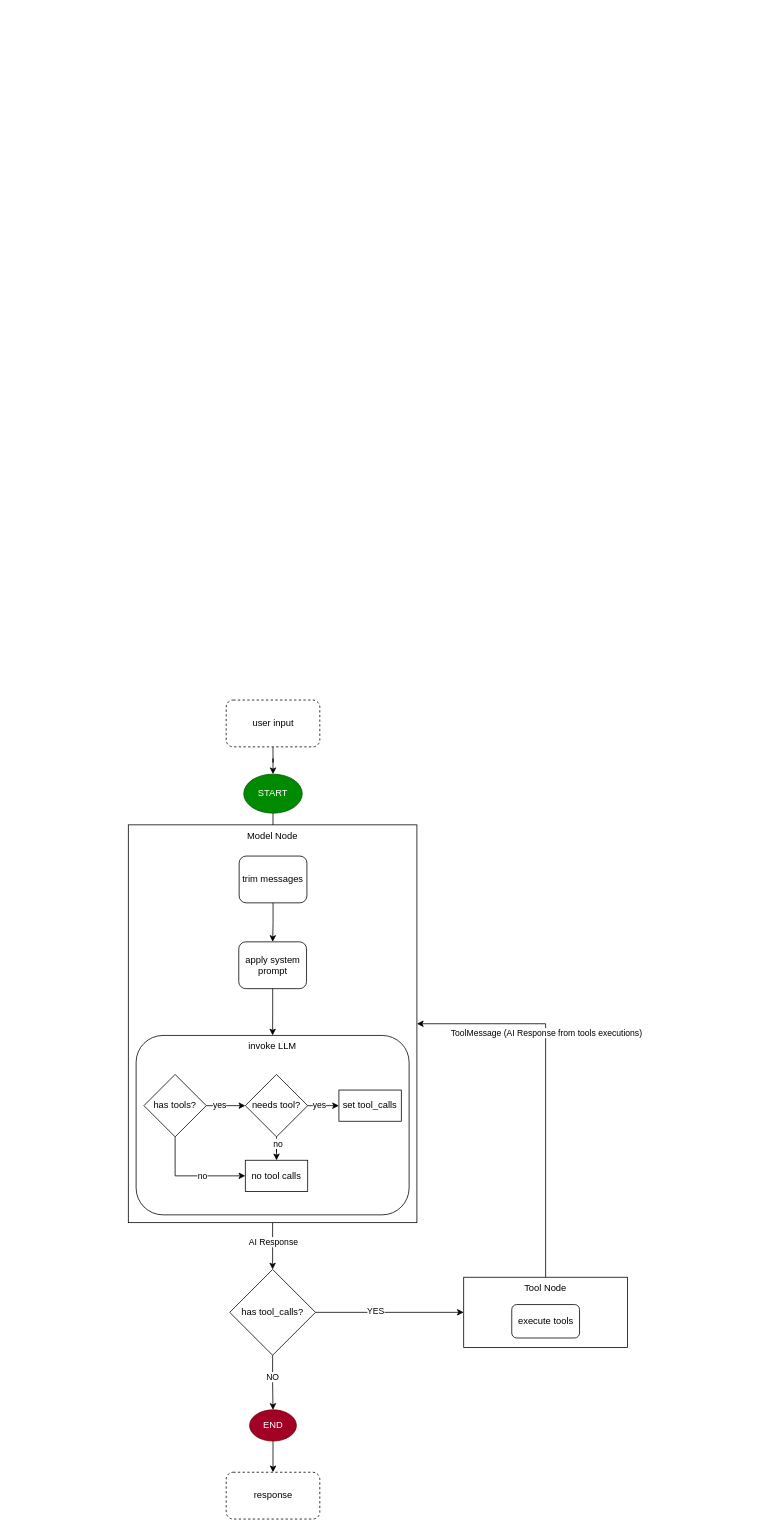
Above: agent_workflow_diagram.drawio in w4ffl35/agent_example (draw.io), before the change. Source tidied: cells renumbered, new cells numbered last; positions are measured from the earlier drawing's top-left corner, leaving out a move shared by most shapes. Both pictures are drawn from the tidied source at 78%, with x=0, y=0 at pixel (128, 700).
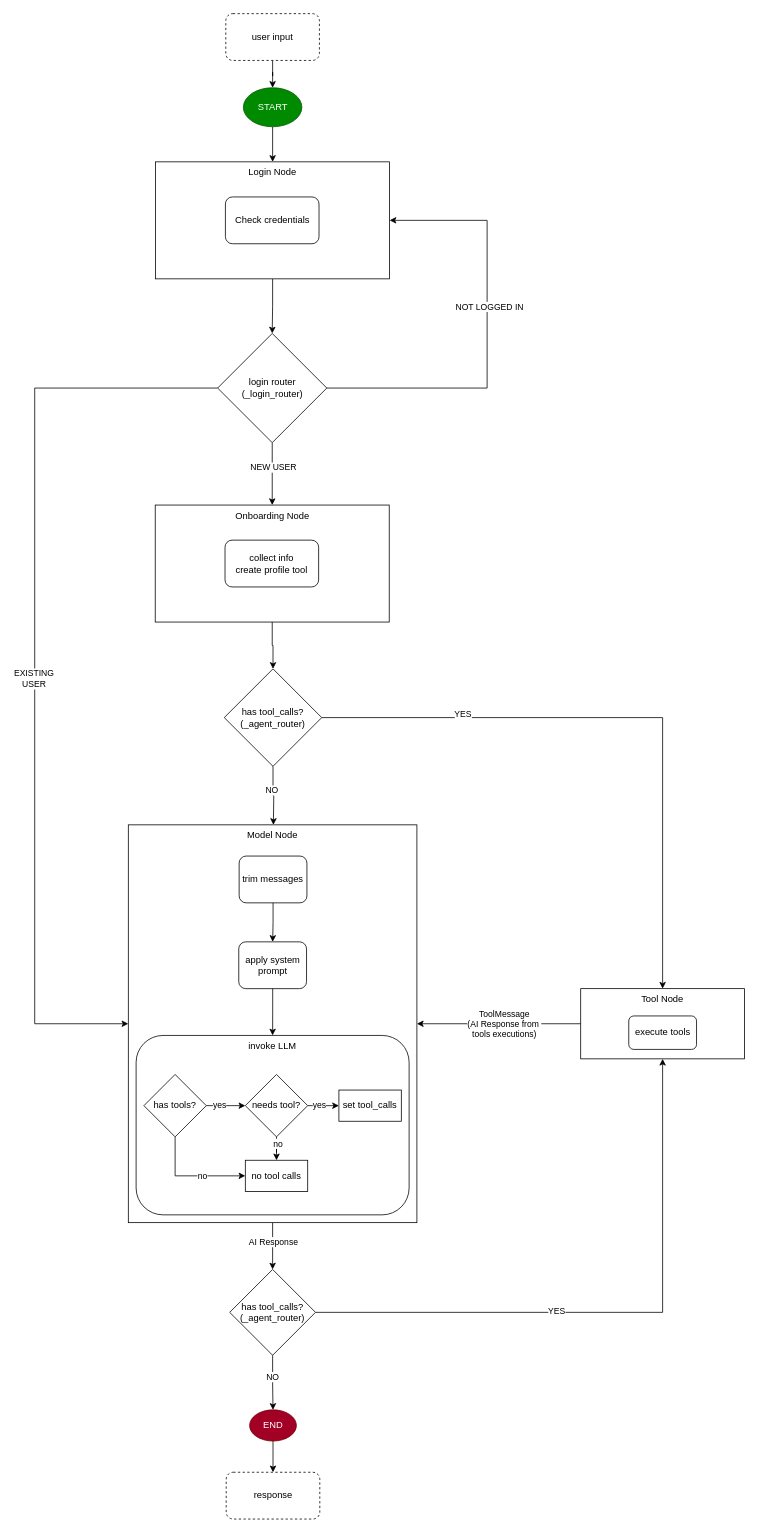
After the change.

Commit message (it also covers changes not shown here):
Updated agent workflow diagrams

Unchanged cells that the change refers to:
```xml
<mxCell id="11" value="Tool Node" style="rounded=0;whiteSpace=wrap;html=1;verticalAlign=top;" parent="10" vertex="1">
  <mxGeometry y="20" width="210" height="90" as="geometry" />
</mxCell>
<mxCell id="19" value="Model Node" style="rounded=0;whiteSpace=wrap;html=1;verticalAlign=top;" parent="1" vertex="1">
  <mxGeometry y="160" width="370" height="510" as="geometry" />
</mxCell>
```

Diff of the diagram source:
```diff
@@
-    <mxCell id="2" style="edgeStyle=orthogonalEdgeStyle;rounded=0;jettySize=auto;html=1;exitX=0.5;exitY=1;exitDx=0;exitDy=0;" parent="1" edge="1" source="13" target="19">
-      <mxGeometry relative="1" as="geometry" />
-    </mxCell>
-    <mxCell id="3" style="edgeStyle=orthogonalEdgeStyle;rounded=0;jettySize=auto;html=1;entryX=0;entryY=0.5;entryDx=0;entryDy=0;" parent="1" edge="1" source="7" target="11">
+    <mxCell id="3" style="edgeStyle=orthogonalEdgeStyle;rounded=0;jettySize=auto;html=1;entryX=0.5;entryY=1;entryDx=0;entryDy=0;" parent="1" edge="1" source="7" target="11">
       <mxGeometry relative="1" as="geometry" />
     </mxCell>
@@
-    <mxCell id="7" value="&lt;div&gt;has tool_calls?&lt;/div&gt;" style="rhombus;whiteSpace=wrap;html=1;verticalAlign=middle;rounded=0;" parent="1" vertex="1">
+    <mxCell id="7" value="&lt;div&gt;has tool_calls?&lt;/div&gt;&lt;div&gt;(_agent_router)&lt;/div&gt;" style="rhombus;whiteSpace=wrap;html=1;verticalAlign=middle;rounded=0;" parent="1" vertex="1">
       <mxGeometry x="130" y="730" width="110" height="110" as="geometry" />
     </mxCell>
@@
     <mxCell id="10" style="group;" parent="1" vertex="1">
-      <mxGeometry x="430" y="720" width="210" height="200" as="geometry" />
+      <mxGeometry x="580" y="350" width="210" height="200" as="geometry" />
     </mxCell>
@@
-    <mxCell id="13" value="&lt;div&gt;START&lt;/div&gt;" style="ellipse;whiteSpace=wrap;html=1;fillColor=#008a00;fontColor=#ffffff;strokeColor=#005700;" parent="1" vertex="1">
-      <mxGeometry x="148" y="95" width="75" height="50" as="geometry" />
-    </mxCell>
-    <mxCell id="14" style="edgeStyle=orthogonalEdgeStyle;rounded=0;jettySize=auto;html=1;exitX=0.5;exitY=1;exitDx=0;exitDy=0;" parent="1" edge="1" source="38" target="13">
-      <mxGeometry relative="1" as="geometry" />
-    </mxCell>
@@
-    <mxCell id="17" style="edgeStyle=orthogonalEdgeStyle;rounded=0;jettySize=auto;html=1;entryX=1;entryY=0.5;entryDx=0;entryDy=0;exitX=0.5;exitY=0;exitDx=0;exitDy=0;" parent="1" edge="1" source="11" target="19">
+    <mxCell id="17" style="edgeStyle=orthogonalEdgeStyle;rounded=0;jettySize=auto;html=1;entryX=1;entryY=0.5;entryDx=0;entryDy=0;" parent="1" edge="1" source="11" target="19">
       <mxGeometry relative="1" as="geometry" />
     </mxCell>
-    <mxCell id="18" value="ToolMessage (AI Response from tools executions)" style="edgeLabel;html=1;align=center;verticalAlign=middle;" parent="17" vertex="1">
-      <mxGeometry x="0.28" relative="1" as="geometry" />
+    <mxCell id="18" value="&lt;div&gt;ToolMessage&lt;/div&gt;&lt;div&gt;(AI Response from&amp;nbsp;&lt;/div&gt;&lt;div&gt;tools executions)&lt;/div&gt;" style="edgeLabel;html=1;align=center;verticalAlign=middle;" parent="17" vertex="1">
+      <mxGeometry x="0.28" relative="1" as="geometry">
+        <mxPoint x="35" as="offset" />
+      </mxGeometry>
     </mxCell>
@@
+    <mxCell id="39" style="group;" parent="1" vertex="1">
+      <mxGeometry x="35" y="-300" width="300" height="550" as="geometry" />
+    </mxCell>
+    <mxCell id="2" style="edgeStyle=orthogonalEdgeStyle;rounded=0;jettySize=auto;html=1;exitX=0.5;exitY=1;exitDx=0;exitDy=0;entryX=0.5;entryY=0;entryDx=0;entryDy=0;" parent="39" edge="1" source="13" target="45">
+      <mxGeometry relative="1" as="geometry" />
+    </mxCell>
+    <mxCell id="13" value="&lt;div&gt;START&lt;/div&gt;" style="ellipse;whiteSpace=wrap;html=1;fillColor=#008a00;fontColor=#ffffff;strokeColor=#005700;" parent="39" vertex="1">
+      <mxGeometry x="112.5" y="-485" width="75" height="50" as="geometry" />
+    </mxCell>
+    <mxCell id="14" style="edgeStyle=orthogonalEdgeStyle;rounded=0;jettySize=auto;html=1;exitX=0.5;exitY=1;exitDx=0;exitDy=0;" parent="39" edge="1" source="38" target="13">
+      <mxGeometry relative="1" as="geometry" />
+    </mxCell>
-    <mxCell id="38" value="user input" style="rounded=1;whiteSpace=wrap;html=1;dashed=1;" parent="1" vertex="1">
-      <mxGeometry x="125.5" width="120" height="60" as="geometry" />
+    <mxCell id="38" value="user input" style="rounded=1;whiteSpace=wrap;html=1;dashed=1;" parent="39" vertex="1">
+      <mxGeometry x="90" y="-580" width="120" height="60" as="geometry" />
     </mxCell>
+    <mxCell id="40" style="edgeStyle=orthogonalEdgeStyle;rounded=0;jettySize=auto;html=1;entryX=0.5;entryY=0;entryDx=0;entryDy=0;" parent="39" edge="1" source="45" target="43">
+      <mxGeometry relative="1" as="geometry" />
+    </mxCell>
+    <mxCell id="41" style="edgeStyle=orthogonalEdgeStyle;rounded=0;jettySize=auto;html=1;" parent="39" edge="1" source="43" target="47">
+      <mxGeometry relative="1" as="geometry" />
+    </mxCell>
+    <mxCell id="42" value="NEW USER" style="edgeLabel;html=1;align=center;verticalAlign=middle;" parent="41" vertex="1">
+      <mxGeometry x="-0.76" y="1" relative="1" as="geometry">
+        <mxPoint y="21" as="offset" />
+      </mxGeometry>
+    </mxCell>
+    <mxCell id="43" value="&lt;div&gt;login router&lt;/div&gt;&lt;div&gt;(_login_router)&lt;/div&gt;" style="rhombus;whiteSpace=wrap;html=1;" parent="39" vertex="1">
+      <mxGeometry x="79.5" y="-170" width="140" height="140" as="geometry" />
+    </mxCell>
+    <mxCell id="44" style="group;" parent="39" vertex="1">
+      <mxGeometry y="-390" width="300" height="150" as="geometry" />
+    </mxCell>
+    <mxCell id="45" value="Login Node" style="rounded=0;whiteSpace=wrap;html=1;verticalAlign=top;" parent="44" vertex="1">
+      <mxGeometry width="300" height="150" as="geometry" />
+    </mxCell>
+    <mxCell id="46" value="Check credentials" style="rounded=1;whiteSpace=wrap;html=1;" parent="44" vertex="1">
+      <mxGeometry x="89.5" y="45" width="120" height="60" as="geometry" />
+    </mxCell>
+    <mxCell id="47" value="&lt;div&gt;Onboarding Node&lt;/div&gt;" style="rounded=0;whiteSpace=wrap;html=1;verticalAlign=top;" parent="39" vertex="1">
+      <mxGeometry x="-0.5" y="50" width="300" height="150" as="geometry" />
+    </mxCell>
+    <mxCell id="48" value="&lt;div&gt;collect info&lt;/div&gt;&lt;div&gt;create profile tool&lt;/div&gt;" style="rounded=1;whiteSpace=wrap;html=1;" parent="39" vertex="1">
+      <mxGeometry x="89" y="95" width="120" height="60" as="geometry" />
+    </mxCell>
+    <mxCell id="49" value="&lt;div&gt;has tool_calls?&lt;/div&gt;&lt;div&gt;(_agent_router)&lt;/div&gt;" style="rhombus;whiteSpace=wrap;html=1;verticalAlign=middle;rounded=0;" parent="39" vertex="1">
+      <mxGeometry x="88" y="260" width="125" height="125" as="geometry" />
+    </mxCell>
+    <mxCell id="50" style="edgeStyle=orthogonalEdgeStyle;rounded=0;jettySize=auto;html=1;" parent="39" edge="1" source="47" target="49">
+      <mxGeometry relative="1" as="geometry" />
+    </mxCell>
+    <mxCell id="51" style="edgeStyle=orthogonalEdgeStyle;rounded=0;jettySize=auto;html=1;" parent="39" edge="1" source="49">
+      <mxGeometry relative="1" as="geometry">
+        <mxPoint x="151" y="460" as="targetPoint" />
+      </mxGeometry>
+    </mxCell>
+    <mxCell id="52" value="NO" style="edgeLabel;html=1;align=center;verticalAlign=middle;" parent="51" vertex="1">
+      <mxGeometry x="-0.22" y="-2" relative="1" as="geometry" />
+    </mxCell>
+    <mxCell id="53" style="edgeStyle=orthogonalEdgeStyle;rounded=0;jettySize=auto;html=1;entryX=1;entryY=0.5;entryDx=0;entryDy=0;" parent="39" edge="1" source="43" target="45">
+      <mxGeometry relative="1" as="geometry">
+        <Array as="points">
+          <mxPoint x="425" y="-100" />
+          <mxPoint x="425" y="-315" />
+        </Array>
+      </mxGeometry>
+    </mxCell>
+    <mxCell id="54" value="NOT LOGGED IN" style="edgeLabel;html=1;align=center;verticalAlign=middle;" parent="53" vertex="1">
+      <mxGeometry x="0.14" y="-2" relative="1" as="geometry">
+        <mxPoint y="1" as="offset" />
+      </mxGeometry>
+    </mxCell>
+    <mxCell id="55" style="edgeStyle=orthogonalEdgeStyle;rounded=0;jettySize=auto;html=1;entryX=0;entryY=0.5;entryDx=0;entryDy=0;" parent="1" edge="1" source="43" target="19">
+      <mxGeometry relative="1" as="geometry">
+        <Array as="points">
+          <mxPoint x="-120" y="-400" />
+          <mxPoint x="-120" y="415" />
+        </Array>
+      </mxGeometry>
+    </mxCell>
+    <mxCell id="56" value="&lt;div&gt;EXISTING&lt;/div&gt;&lt;div&gt;USER&lt;/div&gt;" style="edgeLabel;html=1;align=center;verticalAlign=middle;" parent="55" vertex="1">
+      <mxGeometry x="0.04" y="-2" relative="1" as="geometry">
+        <mxPoint y="-1" as="offset" />
+      </mxGeometry>
+    </mxCell>
+    <mxCell id="57" style="edgeStyle=orthogonalEdgeStyle;rounded=0;jettySize=auto;html=1;entryX=0.5;entryY=0;entryDx=0;entryDy=0;" parent="1" edge="1" source="49" target="11">
+      <mxGeometry relative="1" as="geometry" />
+    </mxCell>
+    <mxCell id="58" value="YES" style="edgeLabel;html=1;align=center;verticalAlign=middle;" parent="57" vertex="1">
+      <mxGeometry x="-0.54" y="5" relative="1" as="geometry" />
+    </mxCell>
```
